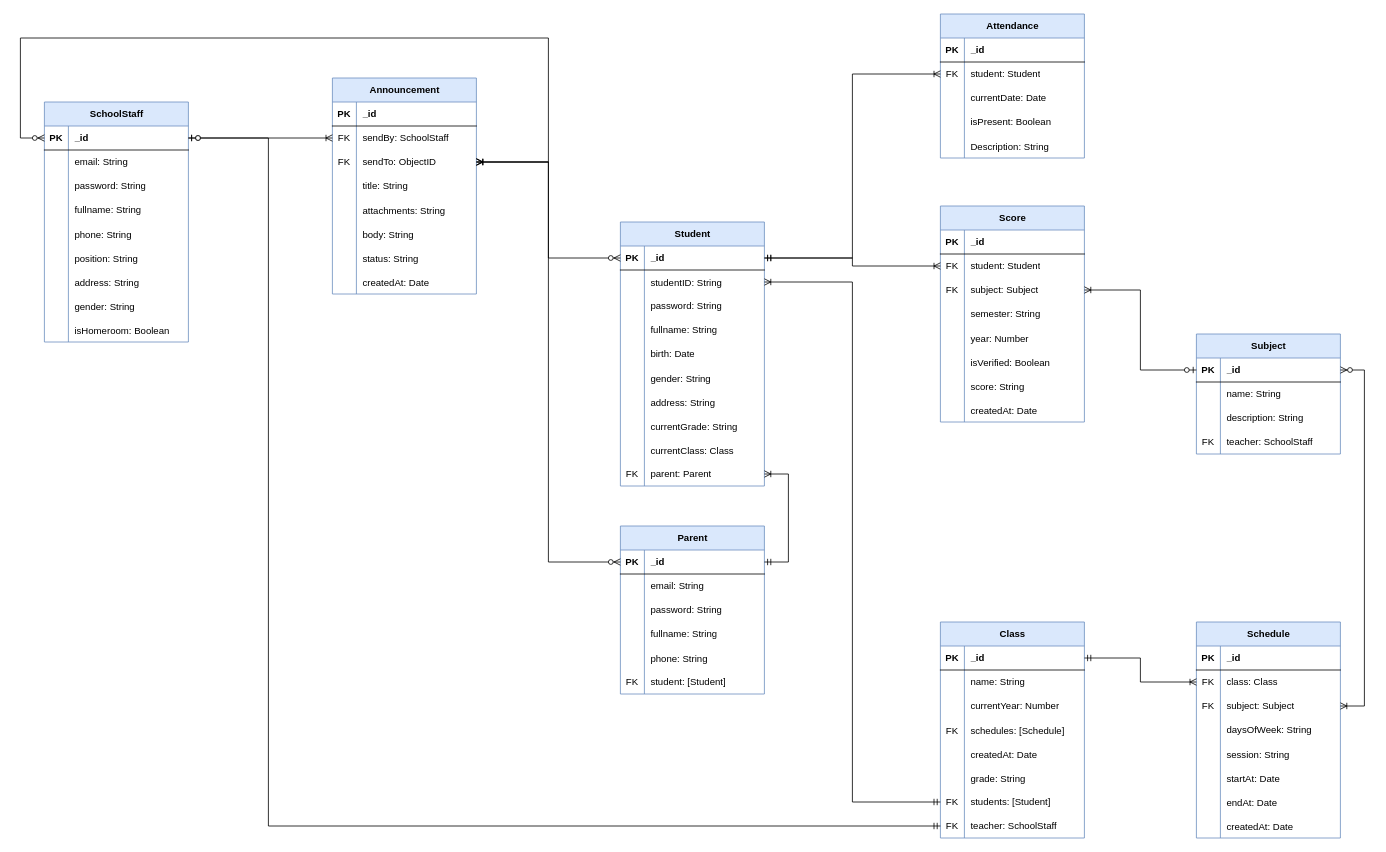
it-TranKhaiHoang/soa-final-project keeps this draw.io diagram as client/src/public/diagrams/PhysicalDBModel.drawio. Above is the earlier version. Source tidied: cells renumbered, new cells numbered last; positions are measured from the earlier drawing's top-left corner, leaving out a move shared by most shapes. Both pictures are drawn from the tidied source at 80%, with x=0, y=0 at pixel (20, 14).
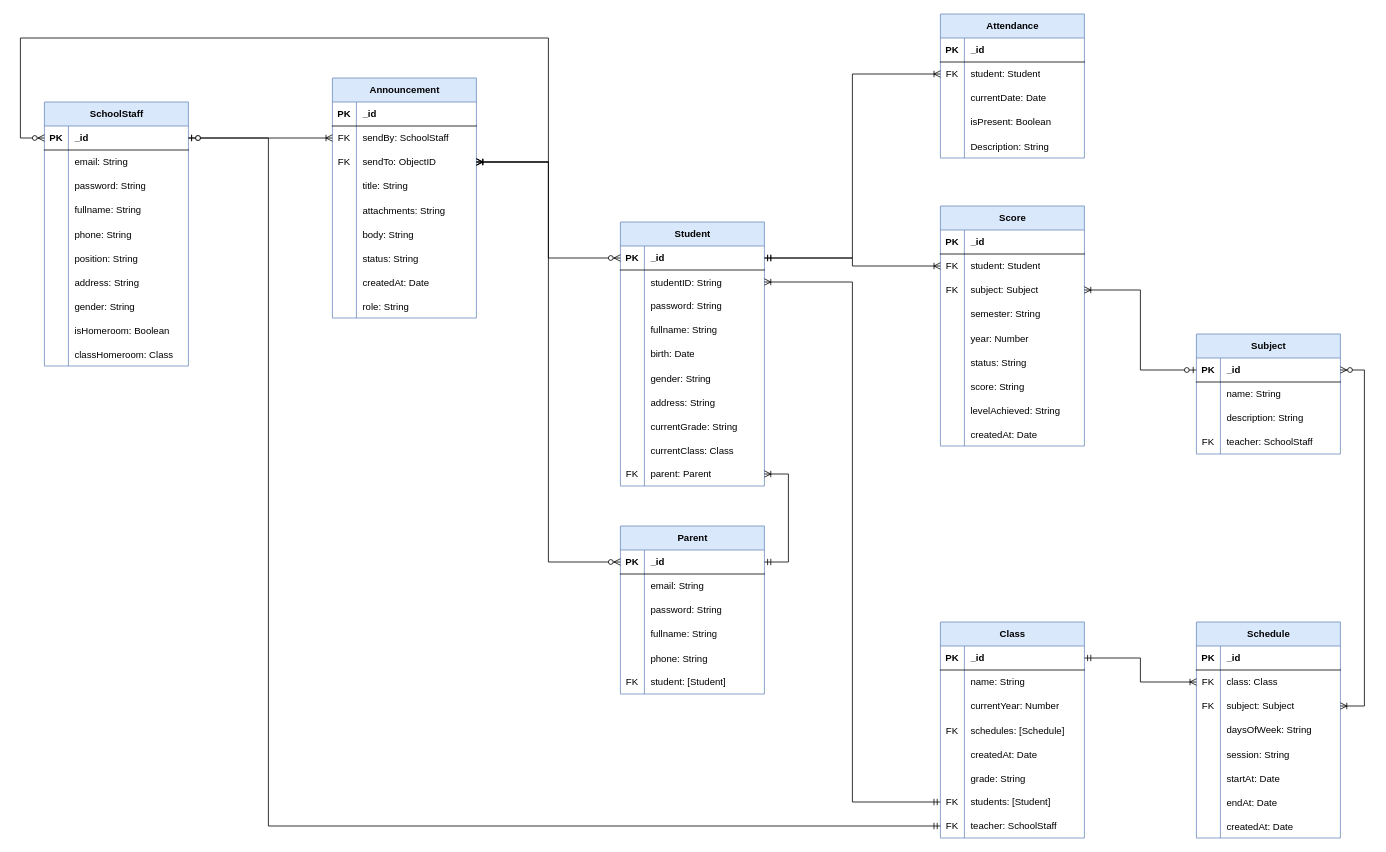
Above is the later version.

Commit message (it also covers changes not shown here):
update all diagram

Unchanged cells that the change refers to:
```xml
<mxCell id="153" style="shape=tableRow;horizontal=0;startSize=0;swimlaneHead=0;swimlaneBody=0;fillColor=none;top=0;left=0;right=0;bottom=0;" parent="137" vertex="1">
  <mxGeometry y="180" width="180" height="30" as="geometry" />
</mxCell>
```

What changed in the source:
```diff
@@
     <mxCell id="2" value="Announcement" style="shape=table;startSize=30;childLayout=tableLayout;rowLines=0;fontStyle=1;align=center;html=1;fillColor=#dae8fc;strokeColor=#6c8ebf;" parent="1" vertex="1">
-      <mxGeometry x="390" y="80" width="180" height="270" as="geometry" />
+      <mxGeometry x="390" y="80" width="180" height="300" as="geometry" />
     </mxCell>
@@
+    <mxCell id="221" style="shape=tableRow;horizontal=0;startSize=0;swimlaneHead=0;swimlaneBody=0;fillColor=none;top=0;left=0;right=0;bottom=0;" parent="2" vertex="1">
+      <mxGeometry y="270" width="180" height="30" as="geometry" />
+    </mxCell>
+    <mxCell id="222" style="shape=partialRectangle;fillColor=none;top=0;left=0;bottom=0;right=0;overflow=hidden;" parent="221" vertex="1">
+      <mxGeometry width="30" height="30" as="geometry" />
+    </mxCell>
+    <mxCell id="223" value="role: String" style="shape=partialRectangle;fillColor=none;top=0;left=0;bottom=0;right=0;align=left;spacingLeft=6;overflow=hidden;" parent="221" vertex="1">
+      <mxGeometry x="30" width="150" height="30" as="geometry" />
+    </mxCell>
@@
     <mxCell id="137" value="Score" style="shape=table;startSize=30;childLayout=tableLayout;rowLines=0;fontStyle=1;align=center;html=1;fillColor=#dae8fc;strokeColor=#6c8ebf;" parent="1" vertex="1">
-      <mxGeometry x="1150" y="240" width="180" height="270" as="geometry" />
+      <mxGeometry x="1150" y="240" width="180" height="300" as="geometry" />
     </mxCell>
@@
-    <mxCell id="155" value="isVerified: Boolean" style="shape=partialRectangle;fillColor=none;top=0;left=0;bottom=0;right=0;align=left;spacingLeft=6;overflow=hidden;" parent="153" vertex="1">
+    <mxCell id="155" value="status: String" style="shape=partialRectangle;fillColor=none;top=0;left=0;bottom=0;right=0;align=left;spacingLeft=6;overflow=hidden;" parent="153" vertex="1">
       <mxGeometry x="30" width="150" height="30" as="geometry" />
     </mxCell>
@@
+    <mxCell id="224" style="shape=tableRow;horizontal=0;startSize=0;swimlaneHead=0;swimlaneBody=0;fillColor=none;top=0;left=0;right=0;bottom=0;" parent="137" vertex="1">
+      <mxGeometry y="240" width="180" height="30" as="geometry" />
+    </mxCell>
+    <mxCell id="225" style="shape=partialRectangle;fillColor=none;top=0;left=0;bottom=0;right=0;overflow=hidden;" parent="224" vertex="1">
+      <mxGeometry width="30" height="30" as="geometry" />
+    </mxCell>
+    <mxCell id="226" value="levelAchieved: String" style="shape=partialRectangle;fillColor=none;top=0;left=0;bottom=0;right=0;align=left;spacingLeft=6;overflow=hidden;" parent="224" vertex="1">
+      <mxGeometry x="30" width="150" height="30" as="geometry" />
+    </mxCell>
     <mxCell id="159" style="shape=tableRow;horizontal=0;startSize=0;swimlaneHead=0;swimlaneBody=0;fillColor=none;top=0;left=0;right=0;bottom=0;" parent="137" vertex="1">
-      <mxGeometry y="240" width="180" height="30" as="geometry" />
+      <mxGeometry y="270" width="180" height="30" as="geometry" />
     </mxCell>
@@
     <mxCell id="162" value="SchoolStaff" style="shape=table;startSize=30;childLayout=tableLayout;rowLines=0;fontStyle=1;align=center;html=1;fillColor=#dae8fc;strokeColor=#6c8ebf;" parent="1" vertex="1">
-      <mxGeometry x="30" y="110" width="180" height="300" as="geometry" />
+      <mxGeometry x="30" y="110" width="180" height="330" as="geometry" />
     </mxCell>
@@
+    <mxCell id="227" style="shape=tableRow;horizontal=0;startSize=0;swimlaneHead=0;swimlaneBody=0;fillColor=none;top=0;left=0;right=0;bottom=0;" parent="162" vertex="1">
+      <mxGeometry y="300" width="180" height="30" as="geometry" />
+    </mxCell>
+    <mxCell id="228" style="shape=partialRectangle;fillColor=none;top=0;left=0;bottom=0;right=0;overflow=hidden;" parent="227" vertex="1">
+      <mxGeometry width="30" height="30" as="geometry" />
+    </mxCell>
+    <mxCell id="229" value="classHomeroom: Class" style="shape=partialRectangle;fillColor=none;top=0;left=0;bottom=0;right=0;align=left;spacingLeft=6;overflow=hidden;" parent="227" vertex="1">
+      <mxGeometry x="30" width="150" height="30" as="geometry" />
+    </mxCell>
```
